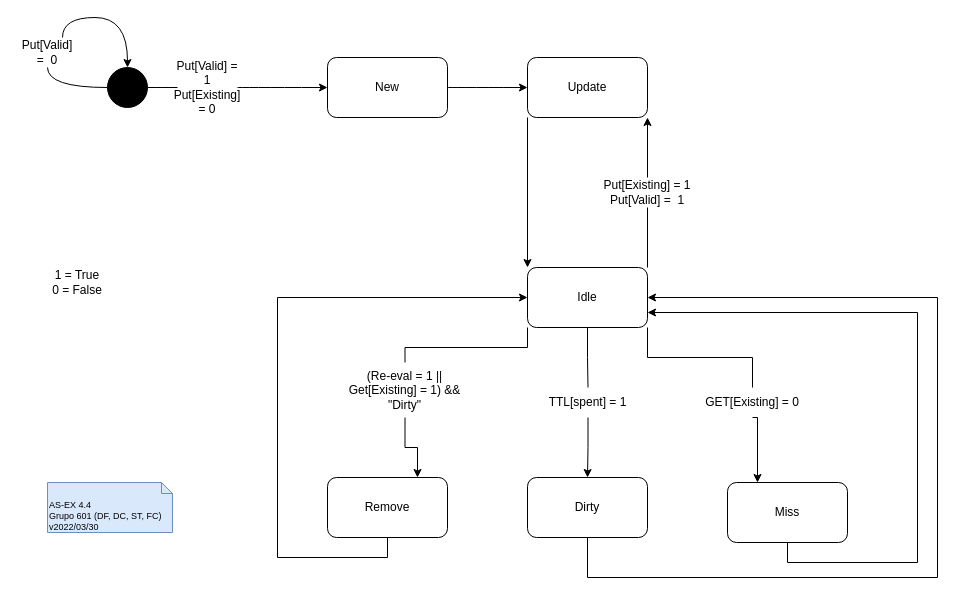
This is page "4.4 Cache State Machine" (2 of 2) of P/P04/P4.drawio from DavidAraujo98/AS, a draw.io file, before an edit. Source tidied: cells renumbered, new cells numbered last; positions are measured from the earlier drawing's top-left corner, leaving out a move shared by most shapes. Both pictures are drawn from the tidied source at 100%, with x=0, y=0 at pixel (17, 17).
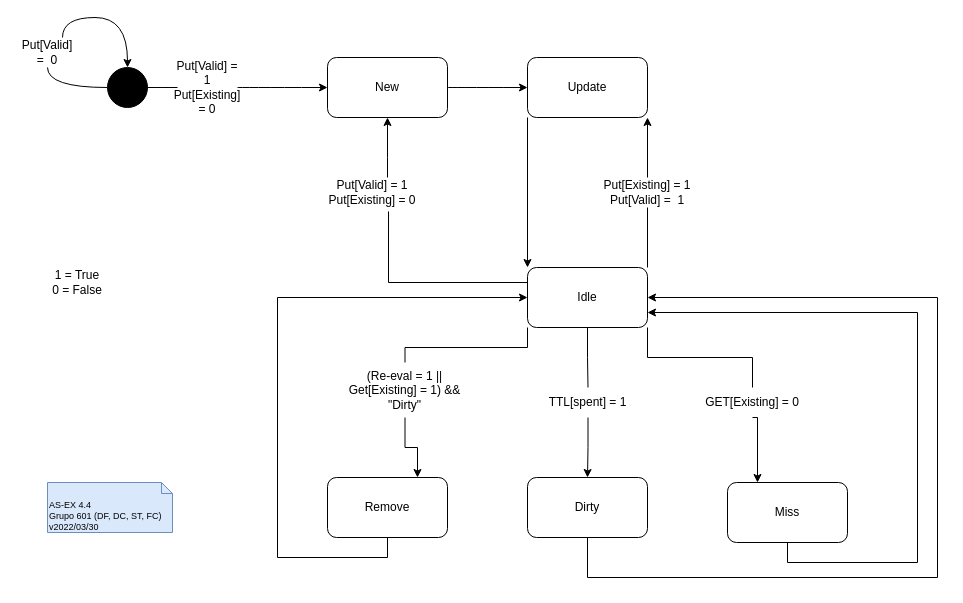
The same diagram, later.

Unchanged cells that the change refers to:
```xml
<mxCell id="6" value="New" style="rounded=1;whiteSpace=wrap;html=1;" parent="1" vertex="1">
  <mxGeometry x="310" y="40" width="120" height="60" as="geometry" />
</mxCell>
<mxCell id="19" value="Idle" style="rounded=1;whiteSpace=wrap;html=1;" parent="1" vertex="1">
  <mxGeometry x="510" y="250" width="120" height="60" as="geometry" />
</mxCell>
```

The edit, as a diff of the source:
```diff
@@
+    <mxCell id="34" style="edgeStyle=orthogonalEdgeStyle;rounded=0;jettySize=auto;html=1;entryX=0.5;entryY=1;entryDx=0;entryDy=0;startArrow=none;" parent="1" edge="1" source="35" target="6">
+      <mxGeometry relative="1" as="geometry">
+        <Array as="points">
+          <mxPoint x="370" y="140" />
+          <mxPoint x="370" y="140" />
+        </Array>
+      </mxGeometry>
+    </mxCell>
@@
+    <mxCell id="35" value="Put[Valid] = 1&lt;br&gt;Put[Existing] = 0" style="text;html=1;strokeColor=none;fillColor=none;align=center;verticalAlign=middle;whiteSpace=wrap;rounded=0;" parent="1" vertex="1">
+      <mxGeometry x="310" y="160" width="90" height="30" as="geometry" />
+    </mxCell>
+    <mxCell id="36" style="edgeStyle=orthogonalEdgeStyle;rounded=0;jettySize=auto;html=1;exitX=0;exitY=0.25;exitDx=0;exitDy=0;endArrow=none;entryX=0.678;entryY=1.133;entryDx=0;entryDy=0;entryPerimeter=0;" parent="1" edge="1" source="19" target="35">
+      <mxGeometry relative="1" as="geometry" />
+    </mxCell>
```
